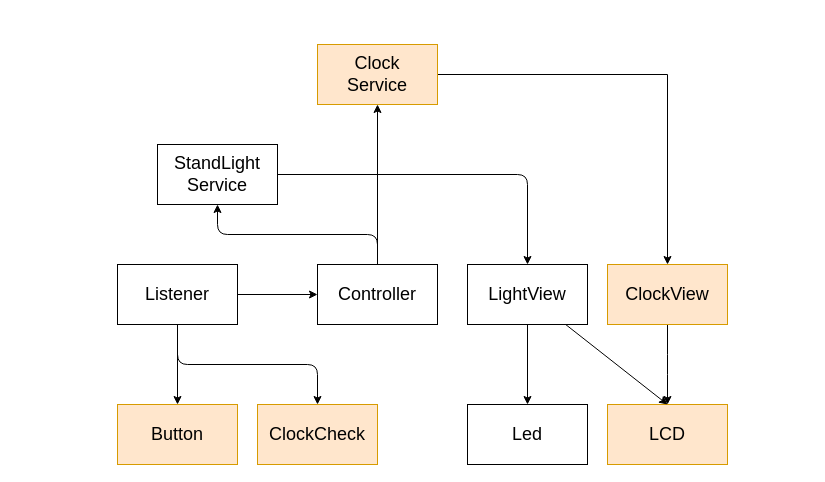
Before: page "페이지-1" (1 of 2) of sw_design/architecture.drawio in Stradito/StandLight_Clock_temperature, a draw.io diagram. Source tidied: cells renumbered, new cells numbered last; positions are measured from the earlier drawing's top-left corner, leaving out a move shared by most shapes. Both pictures are drawn from the tidied source at 100%, with x=0, y=0 at pixel (117, 44).
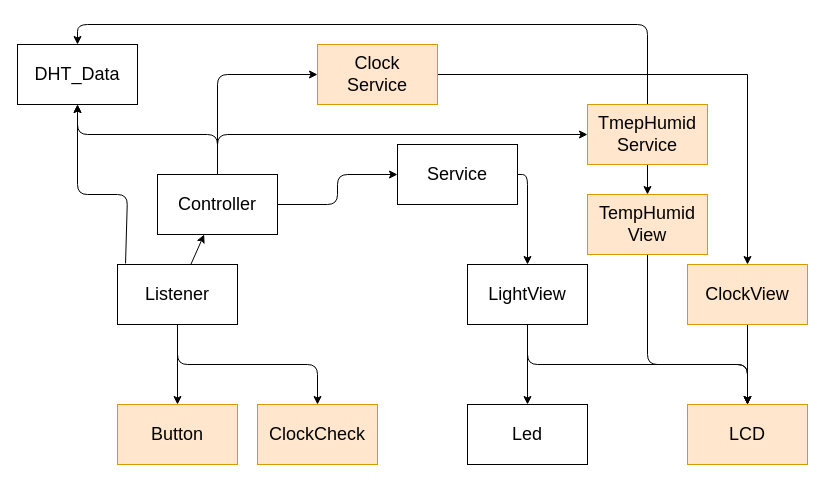
Above is the later version.

The change refers to these unchanged cells:
```xml
<mxCell id="6" value="Listener" style="whiteSpace=wrap;html=1;fontSize=18;" parent="1" vertex="1">
  <mxGeometry y="220" width="120" height="60" as="geometry" />
</mxCell>
<mxCell id="14" value="Clock&lt;br&gt;Service" style="whiteSpace=wrap;html=1;fontSize=18;fillColor=#ffe6cc;strokeColor=#d79b00;" parent="1" vertex="1">
  <mxGeometry x="200" width="120" height="60" as="geometry" />
</mxCell>
<mxCell id="20" value="LightView" style="whiteSpace=wrap;html=1;fontSize=18;" parent="1" vertex="1">
  <mxGeometry x="350" y="220" width="120" height="60" as="geometry" />
</mxCell>
```

Change to the diagram source:
```diff
@@
+    <mxCell id="22" style="edgeStyle=none;html=1;entryX=0.5;entryY=1;entryDx=0;entryDy=0;exitX=0.067;exitY=-0.017;exitDx=0;exitDy=0;exitPerimeter=0;" parent="1" edge="1" source="6" target="25">
+      <mxGeometry relative="1" as="geometry">
+        <Array as="points">
+          <mxPoint x="10" y="150" />
+          <mxPoint x="-40" y="150" />
+        </Array>
+      </mxGeometry>
+    </mxCell>
@@
     <mxCell id="7" style="edgeStyle=none;html=1;fontSize=18;" parent="1" edge="1" source="9" target="14">
-      <mxGeometry relative="1" as="geometry" />
+      <mxGeometry relative="1" as="geometry">
+        <Array as="points">
+          <mxPoint x="100" y="30" />
+        </Array>
+      </mxGeometry>
     </mxCell>
+    <mxCell id="23" style="edgeStyle=none;html=1;entryX=0.5;entryY=1;entryDx=0;entryDy=0;" parent="1" edge="1" source="9" target="25">
+      <mxGeometry relative="1" as="geometry">
+        <Array as="points">
+          <mxPoint x="100" y="90" />
+          <mxPoint x="-40" y="90" />
+        </Array>
+      </mxGeometry>
+    </mxCell>
+    <mxCell id="24" style="edgeStyle=none;html=1;entryX=0;entryY=0.5;entryDx=0;entryDy=0;" parent="1" edge="1" source="9" target="28">
+      <mxGeometry relative="1" as="geometry">
+        <Array as="points">
+          <mxPoint x="100" y="90" />
+        </Array>
+      </mxGeometry>
+    </mxCell>
-    <mxCell id="8" style="edgeStyle=none;html=1;entryX=0.5;entryY=1;entryDx=0;entryDy=0;" parent="1" edge="1" source="9" target="17">
+    <mxCell id="8" style="edgeStyle=none;html=1;entryX=0;entryY=0.5;entryDx=0;entryDy=0;" parent="1" edge="1" source="9" target="17">
       <mxGeometry relative="1" as="geometry">
         <Array as="points">
-          <mxPoint x="260" y="190" />
-          <mxPoint x="100" y="190" />
+          <mxPoint x="220" y="160" />
+          <mxPoint x="220" y="130" />
         </Array>
       </mxGeometry>
     </mxCell>
     <mxCell id="9" value="Controller" style="whiteSpace=wrap;html=1;fontSize=18;" parent="1" vertex="1">
-      <mxGeometry x="200" y="220" width="120" height="60" as="geometry" />
+      <mxGeometry x="40" y="130" width="120" height="60" as="geometry" />
     </mxCell>
     <mxCell id="10" style="edgeStyle=none;html=1;entryX=0.5;entryY=0;entryDx=0;entryDy=0;" parent="1" edge="1" source="11" target="15">
-      <mxGeometry relative="1" as="geometry">
-        <Array as="points">
-          <mxPoint x="550" y="320" />
-        </Array>
-      </mxGeometry>
+      <mxGeometry relative="1" as="geometry" />
     </mxCell>
     <mxCell id="11" value="ClockView" style="whiteSpace=wrap;html=1;fontSize=18;fillColor=#ffe6cc;strokeColor=#d79b00;" parent="1" vertex="1">
-      <mxGeometry x="490" y="220" width="120" height="60" as="geometry" />
+      <mxGeometry x="570" y="220" width="120" height="60" as="geometry" />
     </mxCell>
@@
     <mxCell id="15" value="LCD" style="whiteSpace=wrap;html=1;fontSize=18;fillColor=#ffe6cc;strokeColor=#d79b00;" parent="1" vertex="1">
-      <mxGeometry x="490" y="360" width="120" height="60" as="geometry" />
+      <mxGeometry x="570" y="360" width="120" height="60" as="geometry" />
     </mxCell>
@@
-    <mxCell id="17" value="StandLight&lt;br&gt;Service" style="whiteSpace=wrap;html=1;fontSize=18;" parent="1" vertex="1">
-      <mxGeometry x="40" y="100" width="120" height="60" as="geometry" />
+    <mxCell id="17" value="Service" style="whiteSpace=wrap;html=1;fontSize=18;" parent="1" vertex="1">
+      <mxGeometry x="280" y="100" width="120" height="60" as="geometry" />
     </mxCell>
@@
-    <mxCell id="19" style="edgeStyle=none;html=1;entryX=0.5;entryY=0;entryDx=0;entryDy=0;" parent="1" edge="1" source="20" target="15">
-      <mxGeometry relative="1" as="geometry" />
+    <mxCell id="19" style="edgeStyle=none;html=1;entryX=0.5;entryY=0;entryDx=0;entryDy=0;exitX=0.5;exitY=1;exitDx=0;exitDy=0;" parent="1" edge="1" source="20" target="15">
+      <mxGeometry relative="1" as="geometry">
+        <Array as="points">
+          <mxPoint x="410" y="320" />
+          <mxPoint x="630" y="320" />
+        </Array>
+      </mxGeometry>
     </mxCell>
@@
+    <mxCell id="25" value="DHT_Data" style="whiteSpace=wrap;html=1;fontSize=18;" parent="1" vertex="1">
+      <mxGeometry x="-100" width="120" height="60" as="geometry" />
+    </mxCell>
+    <mxCell id="26" style="edgeStyle=none;html=1;entryX=0.5;entryY=0;entryDx=0;entryDy=0;" parent="1" edge="1" source="28" target="30">
+      <mxGeometry relative="1" as="geometry" />
+    </mxCell>
+    <mxCell id="27" style="edgeStyle=none;html=1;entryX=0.5;entryY=0;entryDx=0;entryDy=0;exitX=0.5;exitY=0;exitDx=0;exitDy=0;" parent="1" edge="1" source="28" target="25">
+      <mxGeometry relative="1" as="geometry">
+        <Array as="points">
+          <mxPoint x="530" y="-20" />
+          <mxPoint x="-40" y="-20" />
+        </Array>
+      </mxGeometry>
+    </mxCell>
+    <mxCell id="28" value="TmepHumid&lt;br&gt;Service" style="whiteSpace=wrap;html=1;fontSize=18;fillColor=#ffe6cc;strokeColor=#d79b00;" parent="1" vertex="1">
+      <mxGeometry x="470" y="60" width="120" height="60" as="geometry" />
+    </mxCell>
+    <mxCell id="29" style="edgeStyle=none;html=1;entryX=0.5;entryY=0;entryDx=0;entryDy=0;" parent="1" edge="1" source="30" target="15">
+      <mxGeometry relative="1" as="geometry">
+        <Array as="points">
+          <mxPoint x="530" y="320" />
+          <mxPoint x="630" y="320" />
+        </Array>
+      </mxGeometry>
+    </mxCell>
+    <mxCell id="30" value="TempHumid&lt;br&gt;View" style="whiteSpace=wrap;html=1;fontSize=18;fillColor=#ffe6cc;strokeColor=#d79b00;" parent="1" vertex="1">
+      <mxGeometry x="470" y="150" width="120" height="60" as="geometry" />
+    </mxCell>
```
